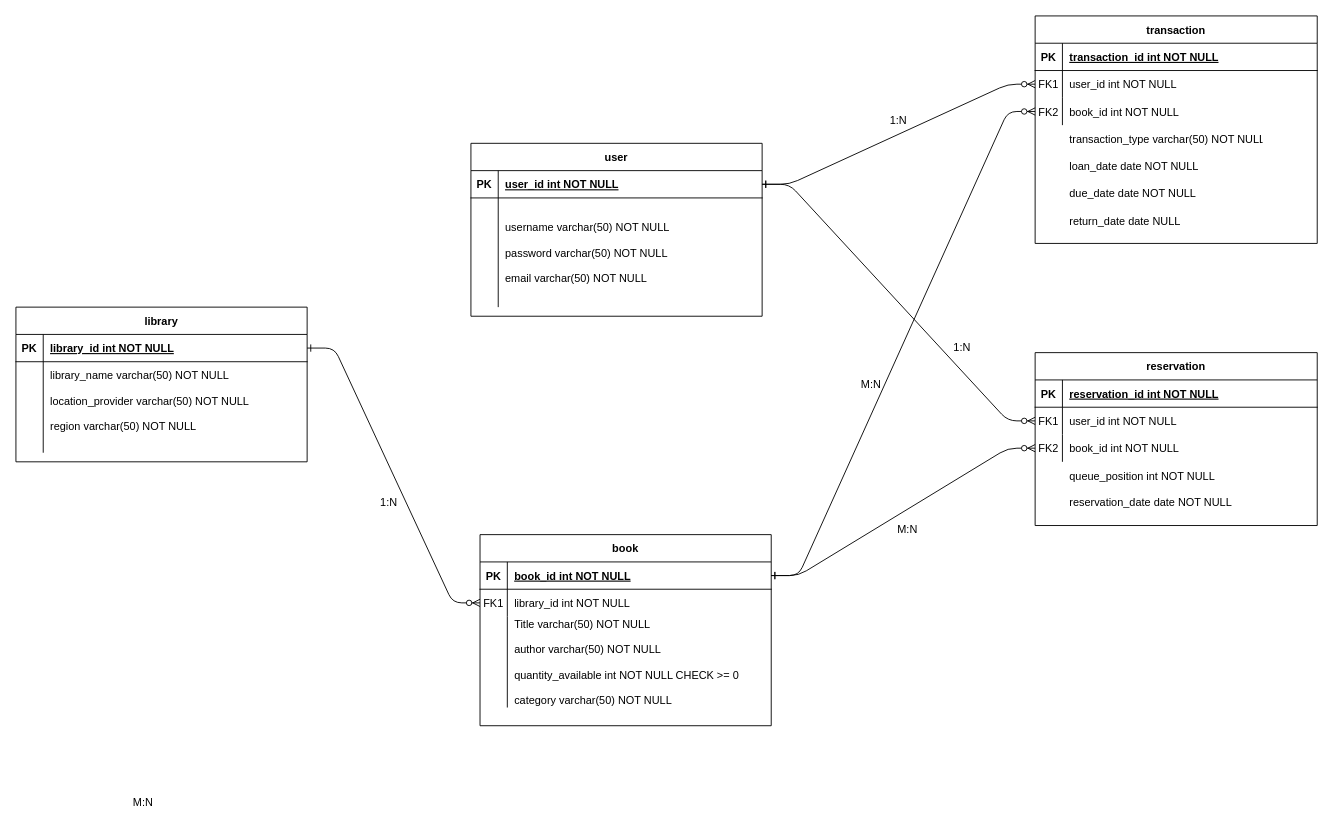
Before: Diagram Tanpa Judul.drawio in Cakurniawan/pacmann-sql, a draw.io diagram. Source tidied: cells renumbered, new cells numbered last; positions are measured from the earlier drawing's top-left corner, leaving out a move shared by most shapes. Both pictures are drawn from the tidied source at 91%, with x=0, y=0 at pixel (15, 15).
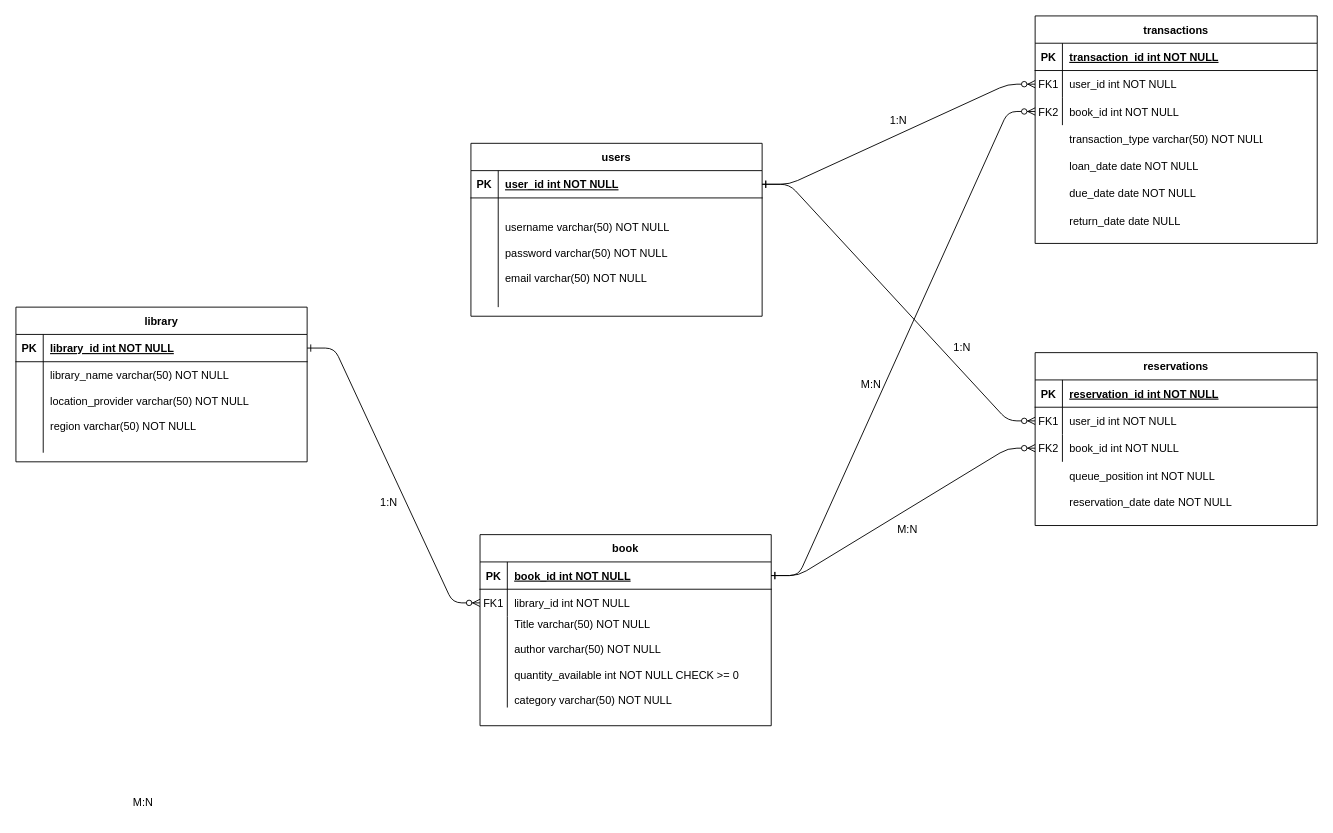
The same diagram, later.

The edit, as a diff of the source:
```diff
@@
-    <mxCell id="9" value="user" style="shape=table;startSize=30;childLayout=tableLayout;rowLines=0;fontStyle=1;align=center;" parent="1" vertex="1">
+    <mxCell id="9" value="users" style="shape=table;startSize=30;childLayout=tableLayout;rowLines=0;fontStyle=1;align=center;" parent="1" vertex="1">
       <mxGeometry x="500" y="140" width="320" height="190" as="geometry" />
     </mxCell>
@@
-    <mxCell id="16" value="transaction" style="shape=table;startSize=30;childLayout=tableLayout;rowLines=0;fontStyle=1;align=center;" parent="1" vertex="1">
+    <mxCell id="16" value="transactions" style="shape=table;startSize=30;childLayout=tableLayout;rowLines=0;fontStyle=1;align=center;" parent="1" vertex="1">
       <mxGeometry x="1120" width="310" height="250" as="geometry" />
     </mxCell>
@@
-    <mxCell id="29" value="reservation" style="shape=table;startSize=30;childLayout=tableLayout;rowLines=0;fontStyle=1;align=center;" parent="1" vertex="1">
+    <mxCell id="29" value="reservations" style="shape=table;startSize=30;childLayout=tableLayout;rowLines=0;fontStyle=1;align=center;" parent="1" vertex="1">
       <mxGeometry x="1120" y="370" width="310" height="190" as="geometry" />
     </mxCell>
```
